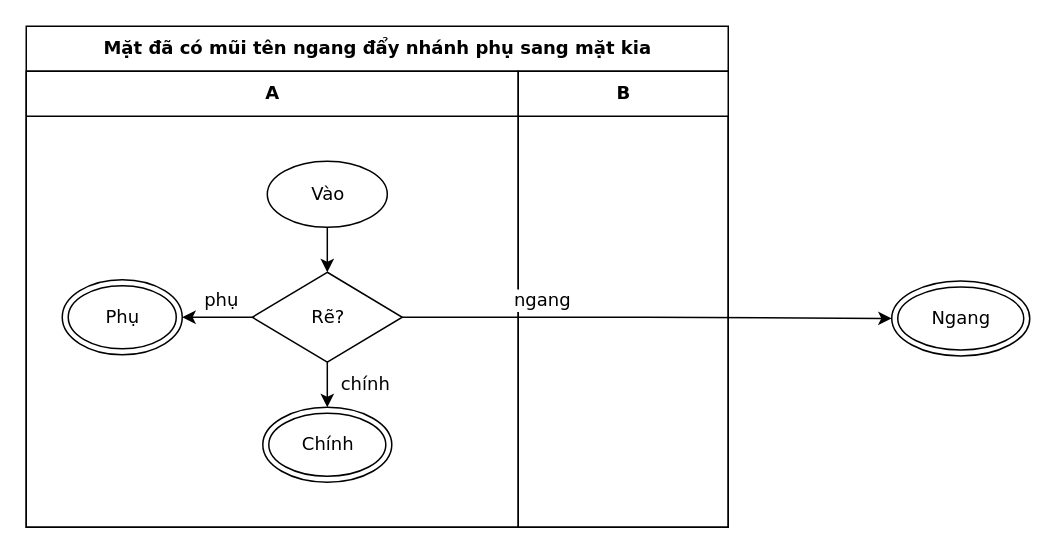
This is conformance/merge/fuzz-36/flow.drawio from luytbq/flowcast, a draw.io file, before an edit. Source tidied: cells renumbered, new cells numbered last; positions are measured from the earlier drawing's top-left corner, leaving out a move shared by most shapes. Both pictures are drawn from the tidied source at 150%, with x=0, y=0 at pixel (26, 26).
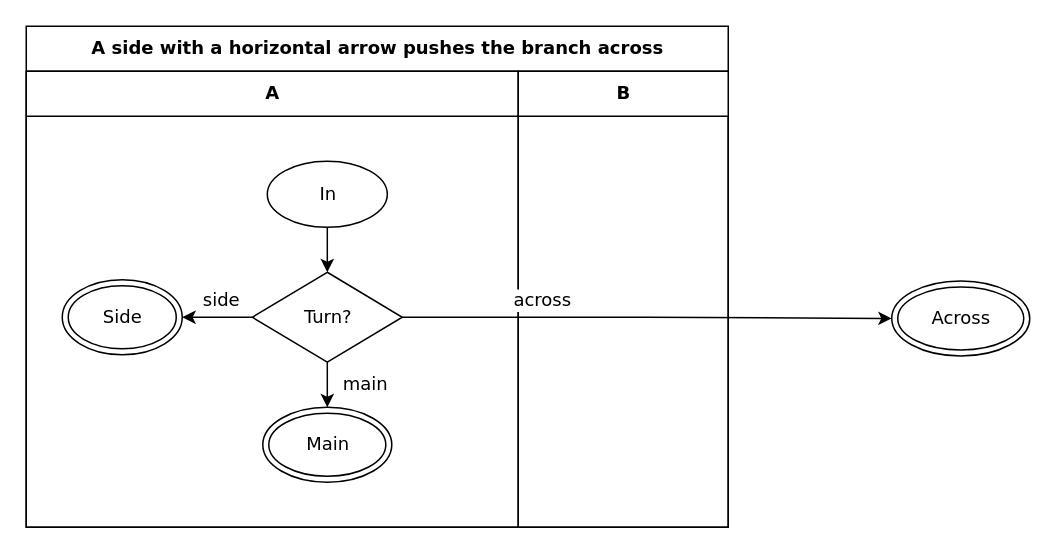
After the change.

The edit, as a diff of the source:
```diff
@@
 <mxGraphModel>
   <root>
     <mxCell id="0" />
     <mxCell id="1" parent="0" />
-    <mxCell id="2" value="Mặt đã có mũi tên ngang đẩy nhánh phụ sang mặt kia" style="swimlane;html=1;startSize=30;fontStyle=1;fontFamily=Verdana;fontSize=12;flowtable=1;" parent="1" vertex="1">
+    <mxCell id="2" value="A side with a horizontal arrow pushes the branch across" style="swimlane;html=1;startSize=30;fontStyle=1;fontFamily=Verdana;fontSize=12;flowtable=1;" parent="1" vertex="1">
       <mxGeometry width="468" height="334" as="geometry" />
     </mxCell>
     <mxCell id="3" value="A" style="swimlane;html=1;startSize=30;fontFamily=Verdana;fontSize=12;flowtable=1;" parent="2" vertex="1">
       <mxGeometry y="30" width="328" height="304" as="geometry" />
     </mxCell>
     <mxCell id="4" value="B" style="swimlane;html=1;startSize=30;fontFamily=Verdana;fontSize=12;flowtable=1;" parent="2" vertex="1">
       <mxGeometry x="328" y="30" width="140" height="304" as="geometry" />
     </mxCell>
-    <mxCell id="5" value="Vào" style="ellipse;html=1;fontFamily=Verdana;fontSize=12;flowtable=1;" parent="3" vertex="1">
+    <mxCell id="5" value="In" style="ellipse;html=1;fontFamily=Verdana;fontSize=12;flowtable=1;" parent="3" vertex="1">
       <mxGeometry x="160.7" y="60" width="80" height="44" as="geometry" />
     </mxCell>
-    <mxCell id="6" value="Rẽ?" style="rhombus;html=1;fontFamily=Verdana;fontSize=12;flowtable=1;" parent="3" vertex="1">
+    <mxCell id="6" value="Turn?" style="rhombus;html=1;fontFamily=Verdana;fontSize=12;flowtable=1;" parent="3" vertex="1">
       <mxGeometry x="150.7" y="134" width="100" height="60" as="geometry" />
     </mxCell>
-    <mxCell id="7" value="Ngang" style="shape=doubleEllipse;html=1;fontFamily=Verdana;fontSize=12;flowtable=1;" parent="4" vertex="1">
+    <mxCell id="7" value="Across" style="shape=doubleEllipse;html=1;fontFamily=Verdana;fontSize=12;flowtable=1;" parent="4" vertex="1">
       <mxGeometry x="249" y="139.8" width="92" height="50" as="geometry" />
     </mxCell>
-    <mxCell id="8" value="Phụ" style="shape=doubleEllipse;html=1;fontFamily=Verdana;fontSize=12;flowtable=1;" parent="3" vertex="1">
+    <mxCell id="8" value="Side" style="shape=doubleEllipse;html=1;fontFamily=Verdana;fontSize=12;flowtable=1;" parent="3" vertex="1">
       <mxGeometry x="24" y="139" width="80" height="50" as="geometry" />
     </mxCell>
-    <mxCell id="9" value="Chính" style="shape=doubleEllipse;html=1;fontFamily=Verdana;fontSize=12;flowtable=1;" parent="3" vertex="1">
+    <mxCell id="9" value="Main" style="shape=doubleEllipse;html=1;fontFamily=Verdana;fontSize=12;flowtable=1;" parent="3" vertex="1">
       <mxGeometry x="157.7" y="224" width="86" height="50" as="geometry" />
     </mxCell>
     <mxCell id="10" style="edgeStyle=orthogonalEdgeStyle;rounded=0;jettySize=auto;html=1;labelBackgroundColor=default;exitX=0.5;exitY=1;exitDx=0;exitDy=0;entryX=0.5;entryY=0;entryDx=0;entryDy=0;fontFamily=Verdana;fontSize=12;flowtable=1;" parent="2" edge="1" source="5" target="6">
       <mxGeometry relative="1" as="geometry" />
     </mxCell>
-    <mxCell id="11" value="ngang" style="edgeStyle=orthogonalEdgeStyle;rounded=0;jettySize=auto;html=1;labelBackgroundColor=default;exitX=1;exitY=0.5;exitDx=0;exitDy=0;entryX=0;entryY=0.5;entryDx=0;entryDy=0;fontFamily=Verdana;fontSize=12;flowtable=1;" parent="2" edge="1" source="6" target="7">
+    <mxCell id="11" value="across" style="edgeStyle=orthogonalEdgeStyle;rounded=0;jettySize=auto;html=1;labelBackgroundColor=default;exitX=1;exitY=0.5;exitDx=0;exitDy=0;entryX=0;entryY=0.5;entryDx=0;entryDy=0;fontFamily=Verdana;fontSize=12;flowtable=1;" parent="2" edge="1" source="6" target="7">
       <mxGeometry x="-0.43" relative="1" as="geometry">
         <mxPoint y="-11.5" as="offset" />
       </mxGeometry>
     </mxCell>
-    <mxCell id="12" value="phụ" style="edgeStyle=orthogonalEdgeStyle;rounded=0;jettySize=auto;html=1;labelBackgroundColor=default;exitX=0;exitY=0.5;exitDx=0;exitDy=0;entryX=1;entryY=0.5;entryDx=0;entryDy=0;fontFamily=Verdana;fontSize=12;flowtable=1;" parent="2" edge="1" source="6" target="8">
+    <mxCell id="12" value="side" style="edgeStyle=orthogonalEdgeStyle;rounded=0;jettySize=auto;html=1;labelBackgroundColor=default;exitX=0;exitY=0.5;exitDx=0;exitDy=0;entryX=1;entryY=0.5;entryDx=0;entryDy=0;fontFamily=Verdana;fontSize=12;flowtable=1;" parent="2" edge="1" source="6" target="8">
       <mxGeometry x="-0.09" relative="1" as="geometry">
         <mxPoint y="-11.5" as="offset" />
       </mxGeometry>
     </mxCell>
-    <mxCell id="13" value="chính" style="edgeStyle=orthogonalEdgeStyle;rounded=0;jettySize=auto;html=1;labelBackgroundColor=default;exitX=0.5;exitY=1;exitDx=0;exitDy=0;entryX=0.5;entryY=0;entryDx=0;entryDy=0;fontFamily=Verdana;fontSize=12;flowtable=1;" parent="2" edge="1" source="6" target="9">
+    <mxCell id="13" value="main" style="edgeStyle=orthogonalEdgeStyle;rounded=0;jettySize=auto;html=1;labelBackgroundColor=default;exitX=0.5;exitY=1;exitDx=0;exitDy=0;entryX=0.5;entryY=0;entryDx=0;entryDy=0;fontFamily=Verdana;fontSize=12;flowtable=1;" parent="2" edge="1" source="6" target="9">
       <mxGeometry x="-0.03" relative="1" as="geometry">
         <mxPoint x="25.2" as="offset" />
       </mxGeometry>
     </mxCell>
   </root>
 </mxGraphModel>
```
